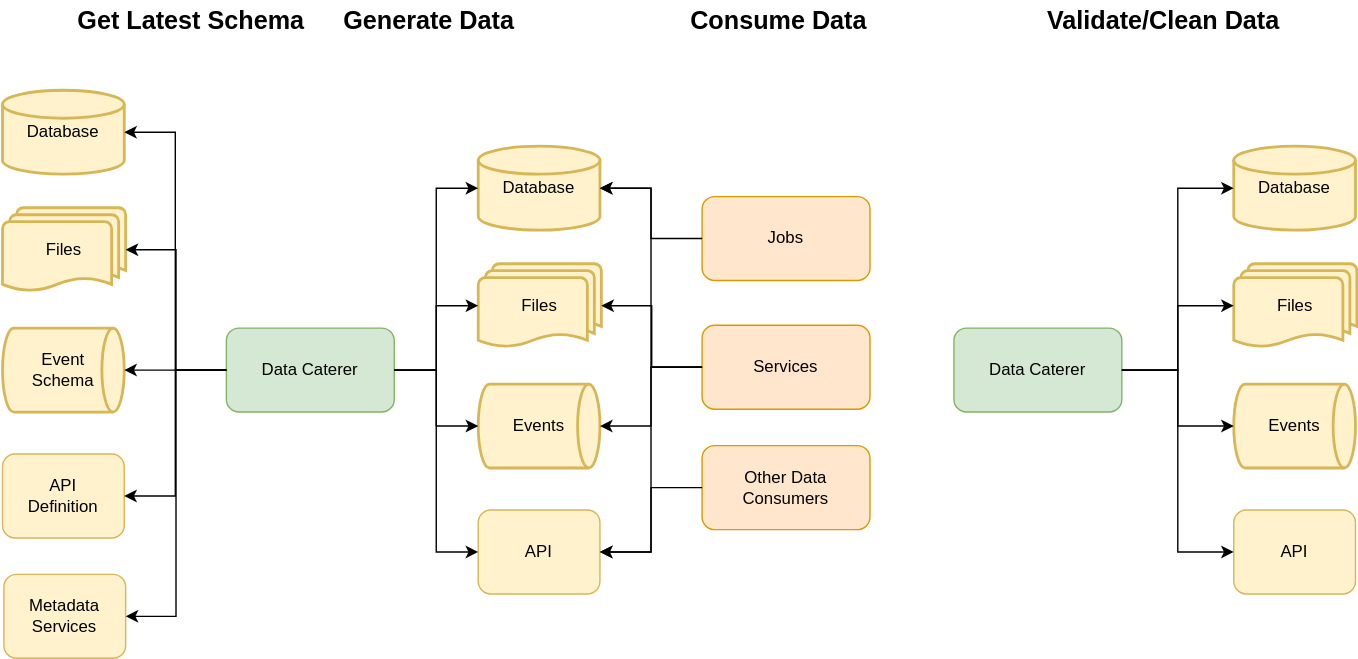
Earlier version of the draw.io export site/diagrams/use_case_replicate_production.drawio.svg (pflooky/data-caterer-docs). Source tidied: cells renumbered, new cells last; positions are measured from the earlier drawing's top-left corner, leaving out a move shared by most shapes.
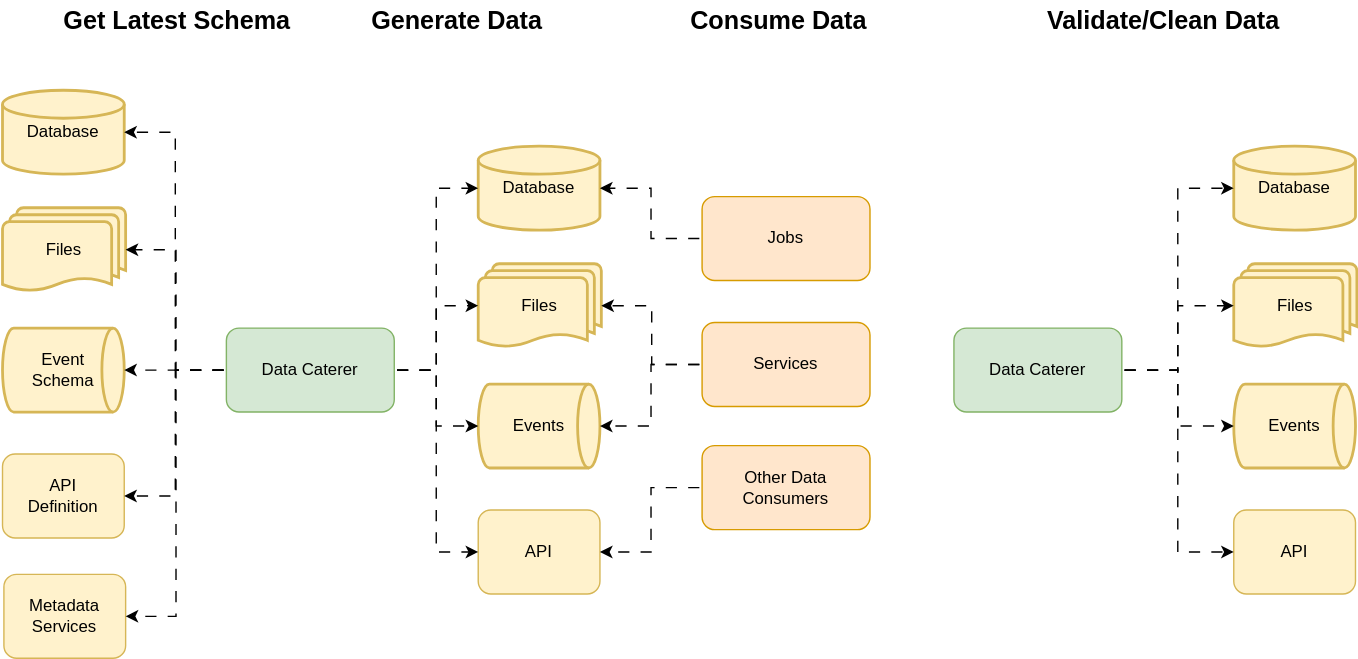
Above is the later version.

Diff of the diagram source:
```diff
@@ -17,16 +17,16 @@
     <mxCell id="6" value="API" style="rounded=1;whiteSpace=wrap;html=1;fillColor=#fff2cc;strokeColor=#d6b656;" parent="1" vertex="1">
       <mxGeometry x="340" y="364" width="87" height="60" as="geometry" />
     </mxCell>
-    <mxCell id="7" style="endArrow=classic;html=1;rounded=0;exitX=1;exitY=0.5;exitDx=0;exitDy=0;entryX=0;entryY=0.5;entryDx=0;entryDy=0;entryPerimeter=0;edgeStyle=orthogonalEdgeStyle;" parent="1" edge="1" source="2" target="5">
+    <mxCell id="7" style="endArrow=classic;html=1;rounded=0;exitX=1;exitY=0.5;exitDx=0;exitDy=0;entryX=0;entryY=0.5;entryDx=0;entryDy=0;entryPerimeter=0;edgeStyle=orthogonalEdgeStyle;flowAnimation=1;" parent="1" edge="1" source="2" target="5">
       <mxGeometry relative="1" as="geometry" />
     </mxCell>
-    <mxCell id="8" style="endArrow=classic;html=1;rounded=0;exitX=1;exitY=0.5;exitDx=0;exitDy=0;entryX=0;entryY=0.5;entryDx=0;entryDy=0;edgeStyle=orthogonalEdgeStyle;" parent="1" edge="1" source="2" target="6">
+    <mxCell id="8" style="endArrow=classic;html=1;rounded=0;exitX=1;exitY=0.5;exitDx=0;exitDy=0;entryX=0;entryY=0.5;entryDx=0;entryDy=0;edgeStyle=orthogonalEdgeStyle;flowAnimation=1;" parent="1" edge="1" source="2" target="6">
       <mxGeometry relative="1" as="geometry" />
     </mxCell>
-    <mxCell id="9" style="endArrow=classic;html=1;rounded=0;exitX=1;exitY=0.5;exitDx=0;exitDy=0;entryX=0;entryY=0.5;entryDx=0;entryDy=0;edgeStyle=orthogonalEdgeStyle;entryPerimeter=0;" parent="1" edge="1" source="2" target="4">
+    <mxCell id="9" style="endArrow=classic;html=1;rounded=0;exitX=1;exitY=0.5;exitDx=0;exitDy=0;entryX=0;entryY=0.5;entryDx=0;entryDy=0;edgeStyle=orthogonalEdgeStyle;entryPerimeter=0;flowAnimation=1;" parent="1" edge="1" source="2" target="4">
       <mxGeometry relative="1" as="geometry" />
     </mxCell>
-    <mxCell id="10" style="endArrow=classic;html=1;rounded=0;exitX=1;exitY=0.5;exitDx=0;exitDy=0;entryX=0;entryY=0.5;entryDx=0;entryDy=0;edgeStyle=orthogonalEdgeStyle;entryPerimeter=0;" parent="1" edge="1" source="2" target="3">
+    <mxCell id="10" style="endArrow=classic;html=1;rounded=0;exitX=1;exitY=0.5;exitDx=0;exitDy=0;entryX=0;entryY=0.5;entryDx=0;entryDy=0;edgeStyle=orthogonalEdgeStyle;entryPerimeter=0;flowAnimation=1;" parent="1" edge="1" source="2" target="3">
       <mxGeometry relative="1" as="geometry" />
     </mxCell>
     <mxCell id="11" value="Database" style="strokeWidth=2;html=1;shape=mxgraph.flowchart.database;whiteSpace=wrap;fillColor=#fff2cc;strokeColor=#d6b656;" parent="1" vertex="1">
@@ -41,49 +41,37 @@
     <mxCell id="14" value="API&lt;br&gt;Definition" style="rounded=1;whiteSpace=wrap;html=1;fillColor=#fff2cc;strokeColor=#d6b656;" parent="1" vertex="1">
       <mxGeometry y="324" width="87" height="60" as="geometry" />
     </mxCell>
-    <mxCell id="15" style="endArrow=classic;html=1;rounded=0;exitX=0;exitY=0.5;exitDx=0;exitDy=0;entryX=1;entryY=0.5;entryDx=0;entryDy=0;edgeStyle=orthogonalEdgeStyle;entryPerimeter=0;" parent="1" edge="1" source="2" target="11">
+    <mxCell id="15" style="endArrow=classic;html=1;rounded=0;exitX=0;exitY=0.5;exitDx=0;exitDy=0;entryX=1;entryY=0.5;entryDx=0;entryDy=0;edgeStyle=orthogonalEdgeStyle;entryPerimeter=0;flowAnimation=1;" parent="1" edge="1" source="2" target="11">
       <mxGeometry relative="1" as="geometry" />
     </mxCell>
-    <mxCell id="16" style="endArrow=classic;html=1;rounded=0;exitX=0;exitY=0.5;exitDx=0;exitDy=0;entryX=1;entryY=0.5;entryDx=0;entryDy=0;edgeStyle=orthogonalEdgeStyle;entryPerimeter=0;" parent="1" edge="1" source="2" target="12">
+    <mxCell id="16" style="endArrow=classic;html=1;rounded=0;exitX=0;exitY=0.5;exitDx=0;exitDy=0;entryX=1;entryY=0.5;entryDx=0;entryDy=0;edgeStyle=orthogonalEdgeStyle;entryPerimeter=0;flowAnimation=1;" parent="1" edge="1" source="2" target="12">
       <mxGeometry relative="1" as="geometry" />
     </mxCell>
-    <mxCell id="17" style="endArrow=classic;html=1;rounded=0;exitX=0;exitY=0.5;exitDx=0;exitDy=0;entryX=1;entryY=0.5;entryDx=0;entryDy=0;edgeStyle=orthogonalEdgeStyle;entryPerimeter=0;" parent="1" edge="1" source="2" target="13">
+    <mxCell id="17" style="endArrow=classic;html=1;rounded=0;exitX=0;exitY=0.5;exitDx=0;exitDy=0;entryX=1;entryY=0.5;entryDx=0;entryDy=0;edgeStyle=orthogonalEdgeStyle;entryPerimeter=0;flowAnimation=1;" parent="1" edge="1" source="2" target="13">
       <mxGeometry relative="1" as="geometry" />
     </mxCell>
-    <mxCell id="18" style="endArrow=classic;html=1;rounded=0;exitX=0;exitY=0.5;exitDx=0;exitDy=0;entryX=1;entryY=0.5;entryDx=0;entryDy=0;edgeStyle=orthogonalEdgeStyle;" parent="1" edge="1" source="2" target="14">
+    <mxCell id="18" style="endArrow=classic;html=1;rounded=0;exitX=0;exitY=0.5;exitDx=0;exitDy=0;entryX=1;entryY=0.5;entryDx=0;entryDy=0;edgeStyle=orthogonalEdgeStyle;flowAnimation=1;" parent="1" edge="1" source="2" target="14">
       <mxGeometry relative="1" as="geometry" />
     </mxCell>
     <mxCell id="19" value="Get Latest Schema" style="text;html=1;strokeColor=none;fillColor=none;align=center;verticalAlign=middle;whiteSpace=wrap;rounded=0;fontSize=18;fontStyle=1;" parent="1" vertex="1">
-      <mxGeometry x="50" width="170" height="30" as="geometry" />
+      <mxGeometry x="40" width="170" height="30" as="geometry" />
     </mxCell>
     <mxCell id="20" value="Generate Data" style="text;html=1;strokeColor=none;fillColor=none;align=center;verticalAlign=middle;whiteSpace=wrap;rounded=0;fontSize=18;fontStyle=1;" parent="1" vertex="1">
-      <mxGeometry x="220" width="170" height="30" as="geometry" />
+      <mxGeometry x="240" width="170" height="30" as="geometry" />
     </mxCell>
     <mxCell id="21" value="Jobs" style="rounded=1;whiteSpace=wrap;html=1;fillColor=#ffe6cc;strokeColor=#d79b00;" parent="1" vertex="1">
       <mxGeometry x="500" y="140" width="120" height="60" as="geometry" />
     </mxCell>
     <mxCell id="22" value="Services" style="rounded=1;whiteSpace=wrap;html=1;fillColor=#ffe6cc;strokeColor=#d79b00;" parent="1" vertex="1">
-      <mxGeometry x="500" y="232" width="120" height="60" as="geometry" />
+      <mxGeometry x="500" y="230" width="120" height="60" as="geometry" />
     </mxCell>
     <mxCell id="23" value="Other Data Consumers" style="rounded=1;whiteSpace=wrap;html=1;fillColor=#ffe6cc;strokeColor=#d79b00;" parent="1" vertex="1">
       <mxGeometry x="500" y="318" width="120" height="60" as="geometry" />
     </mxCell>
-    <mxCell id="24" style="endArrow=classic;html=1;rounded=0;exitX=0;exitY=0.5;exitDx=0;exitDy=0;entryX=1;entryY=0.5;entryDx=0;entryDy=0;edgeStyle=orthogonalEdgeStyle;entryPerimeter=0;" parent="1" edge="1" source="22" target="3">
-      <mxGeometry relative="1" as="geometry" />
-    </mxCell>
-    <mxCell id="25" style="endArrow=classic;html=1;rounded=0;exitX=0;exitY=0.5;exitDx=0;exitDy=0;entryX=1;entryY=0.5;entryDx=0;entryDy=0;edgeStyle=orthogonalEdgeStyle;entryPerimeter=0;" parent="1" edge="1" source="22" target="4">
-      <mxGeometry relative="1" as="geometry" />
-    </mxCell>
-    <mxCell id="26" style="endArrow=classic;html=1;rounded=0;exitX=0;exitY=0.5;exitDx=0;exitDy=0;entryX=1;entryY=0.5;entryDx=0;entryDy=0;edgeStyle=orthogonalEdgeStyle;entryPerimeter=0;" parent="1" edge="1" source="22" target="5">
-      <mxGeometry relative="1" as="geometry" />
-    </mxCell>
-    <mxCell id="27" style="endArrow=classic;html=1;rounded=0;exitX=0;exitY=0.5;exitDx=0;exitDy=0;entryX=1;entryY=0.5;entryDx=0;entryDy=0;edgeStyle=orthogonalEdgeStyle;" parent="1" edge="1" source="22" target="6">
-      <mxGeometry relative="1" as="geometry" />
-    </mxCell>
-    <mxCell id="28" style="endArrow=classic;html=1;rounded=0;exitX=0;exitY=0.5;exitDx=0;exitDy=0;entryX=1;entryY=0.5;entryDx=0;entryDy=0;edgeStyle=orthogonalEdgeStyle;entryPerimeter=0;" parent="1" edge="1" source="21" target="3">
+    <mxCell id="28" style="endArrow=classic;html=1;rounded=0;exitX=0;exitY=0.5;exitDx=0;exitDy=0;entryX=1;entryY=0.5;entryDx=0;entryDy=0;edgeStyle=orthogonalEdgeStyle;entryPerimeter=0;flowAnimation=1;" parent="1" edge="1" source="21" target="3">
       <mxGeometry relative="1" as="geometry" />
     </mxCell>
-    <mxCell id="29" style="endArrow=classic;html=1;rounded=0;exitX=0;exitY=0.5;exitDx=0;exitDy=0;entryX=1;entryY=0.5;entryDx=0;entryDy=0;edgeStyle=orthogonalEdgeStyle;" parent="1" edge="1" source="23" target="6">
+    <mxCell id="29" style="endArrow=classic;html=1;rounded=0;exitX=0;exitY=0.5;exitDx=0;exitDy=0;entryX=1;entryY=0.5;entryDx=0;entryDy=0;edgeStyle=orthogonalEdgeStyle;flowAnimation=1;" parent="1" edge="1" source="23" target="6">
       <mxGeometry relative="1" as="geometry" />
     </mxCell>
     <mxCell id="30" value="Consume Data" style="text;html=1;strokeColor=none;fillColor=none;align=center;verticalAlign=middle;whiteSpace=wrap;rounded=0;fontSize=18;fontStyle=1;" parent="1" vertex="1">
@@ -107,23 +95,29 @@
     <mxCell id="36" value="Validate/Clean Data" style="text;html=1;strokeColor=none;fillColor=none;align=center;verticalAlign=middle;whiteSpace=wrap;rounded=0;fontSize=18;fontStyle=1;" parent="1" vertex="1">
       <mxGeometry x="740" width="180" height="30" as="geometry" />
     </mxCell>
-    <mxCell id="37" style="endArrow=classic;html=1;rounded=0;exitX=1;exitY=0.5;exitDx=0;exitDy=0;entryX=0;entryY=0.5;entryDx=0;entryDy=0;edgeStyle=orthogonalEdgeStyle;entryPerimeter=0;" parent="1" edge="1" source="31" target="32">
+    <mxCell id="37" style="endArrow=classic;html=1;rounded=0;exitX=1;exitY=0.5;exitDx=0;exitDy=0;entryX=0;entryY=0.5;entryDx=0;entryDy=0;edgeStyle=orthogonalEdgeStyle;entryPerimeter=0;flowAnimation=1;" parent="1" edge="1" source="31" target="32">
       <mxGeometry relative="1" as="geometry" />
     </mxCell>
-    <mxCell id="38" style="endArrow=classic;html=1;rounded=0;exitX=1;exitY=0.5;exitDx=0;exitDy=0;entryX=0;entryY=0.5;entryDx=0;entryDy=0;edgeStyle=orthogonalEdgeStyle;entryPerimeter=0;" parent="1" edge="1" source="31" target="33">
+    <mxCell id="38" style="endArrow=classic;html=1;rounded=0;exitX=1;exitY=0.5;exitDx=0;exitDy=0;entryX=0;entryY=0.5;entryDx=0;entryDy=0;edgeStyle=orthogonalEdgeStyle;entryPerimeter=0;flowAnimation=1;" parent="1" edge="1" source="31" target="33">
       <mxGeometry relative="1" as="geometry" />
     </mxCell>
-    <mxCell id="39" style="endArrow=classic;html=1;rounded=0;exitX=1;exitY=0.5;exitDx=0;exitDy=0;entryX=0;entryY=0.5;entryDx=0;entryDy=0;edgeStyle=orthogonalEdgeStyle;entryPerimeter=0;" parent="1" edge="1" source="31" target="34">
+    <mxCell id="39" style="endArrow=classic;html=1;rounded=0;exitX=1;exitY=0.5;exitDx=0;exitDy=0;entryX=0;entryY=0.5;entryDx=0;entryDy=0;edgeStyle=orthogonalEdgeStyle;entryPerimeter=0;flowAnimation=1;" parent="1" edge="1" source="31" target="34">
       <mxGeometry relative="1" as="geometry" />
     </mxCell>
-    <mxCell id="40" style="endArrow=classic;html=1;rounded=0;exitX=1;exitY=0.5;exitDx=0;exitDy=0;entryX=0;entryY=0.5;entryDx=0;entryDy=0;edgeStyle=orthogonalEdgeStyle;" parent="1" edge="1" source="31" target="35">
+    <mxCell id="40" style="endArrow=classic;html=1;rounded=0;exitX=1;exitY=0.5;exitDx=0;exitDy=0;entryX=0;entryY=0.5;entryDx=0;entryDy=0;edgeStyle=orthogonalEdgeStyle;flowAnimation=1;" parent="1" edge="1" source="31" target="35">
       <mxGeometry relative="1" as="geometry" />
     </mxCell>
     <mxCell id="41" value="Metadata&lt;br&gt;Services" style="rounded=1;whiteSpace=wrap;html=1;fillColor=#fff2cc;strokeColor=#d6b656;" parent="1" vertex="1">
       <mxGeometry x="1" y="410" width="87" height="60" as="geometry" />
     </mxCell>
-    <mxCell id="42" style="endArrow=classic;html=1;rounded=0;exitX=0;exitY=0.5;exitDx=0;exitDy=0;entryX=1;entryY=0.5;entryDx=0;entryDy=0;edgeStyle=orthogonalEdgeStyle;" parent="1" edge="1" source="2" target="41">
+    <mxCell id="42" style="endArrow=classic;html=1;rounded=0;exitX=0;exitY=0.5;exitDx=0;exitDy=0;entryX=1;entryY=0.5;entryDx=0;entryDy=0;edgeStyle=orthogonalEdgeStyle;flowAnimation=1;" parent="1" edge="1" source="2" target="41">
       <mxGeometry relative="1" as="geometry" />
     </mxCell>
+    <mxCell id="25" style="endArrow=classic;html=1;rounded=0;exitX=0;exitY=0.5;exitDx=0;exitDy=0;entryX=1;entryY=0.5;entryDx=0;entryDy=0;edgeStyle=orthogonalEdgeStyle;entryPerimeter=0;flowAnimation=1;" parent="1" edge="1" source="22" target="4">
+      <mxGeometry relative="1" as="geometry" />
+    </mxCell>
+    <mxCell id="26" style="endArrow=classic;html=1;rounded=0;exitX=0;exitY=0.5;exitDx=0;exitDy=0;entryX=1;entryY=0.5;entryDx=0;entryDy=0;edgeStyle=orthogonalEdgeStyle;entryPerimeter=0;flowAnimation=1;" parent="1" edge="1" source="22" target="5">
+      <mxGeometry relative="1" as="geometry" />
+    </mxCell>
   </root>
 </mxGraphModel>
```
